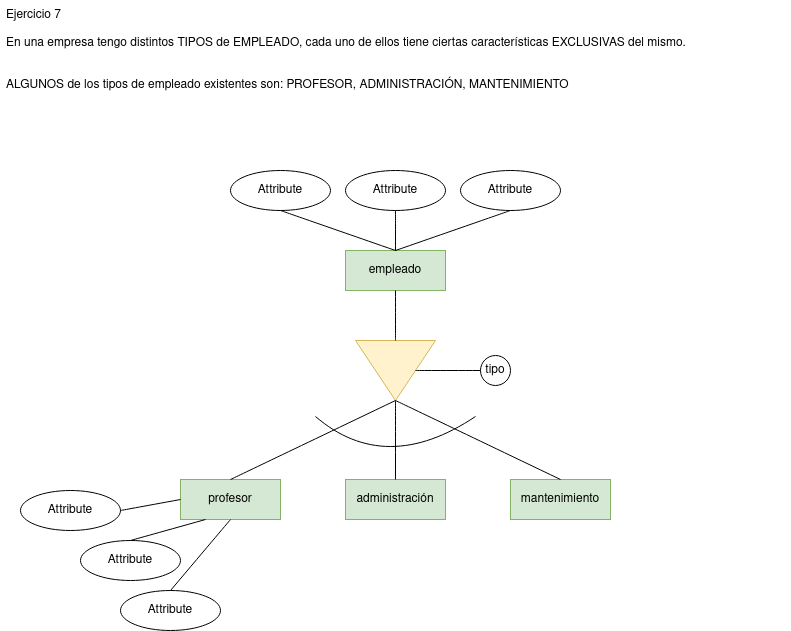
The draw.io diagram ejercicio7.drawio.png in javigh193/bae, before a commit. Source tidied: cells renumbered, new cells last; positions are measured from the earlier drawing's top-left corner, leaving out a move shared by most shapes. The source it was exported from:
```xml
<mxGraphModel>
  <root>
    <mxCell id="0" />
    <mxCell id="1" parent="0" />
    <mxCell id="2" value="Ejercicio 7&#10;&#10;En una empresa tengo distintos TIPOS de EMPLEADO, cada uno de ellos tiene ciertas características EXCLUSIVAS del mismo. &#10;&#10;&#10;ALGUNOS de los tipos de empleado existentes son: PROFESOR, ADMINISTRACIÓN, MANTENIMIENTO&#10;&#10; &#10;" style="text;strokeColor=none;fillColor=none;spacingLeft=4;spacingRight=4;overflow=hidden;fontSize=12;" parent="1" vertex="1">
      <mxGeometry width="790" height="90" as="geometry" />
    </mxCell>
    <mxCell id="3" value="empleado" style="whiteSpace=wrap;html=1;align=center;fillColor=#d5e8d4;strokeColor=#82b366;" parent="1" vertex="1">
      <mxGeometry x="345" y="250" width="100" height="40" as="geometry" />
    </mxCell>
    <mxCell id="4" value="profesor" style="whiteSpace=wrap;html=1;align=center;fillColor=#d5e8d4;strokeColor=#82b366;" parent="1" vertex="1">
      <mxGeometry x="180" y="479" width="100" height="40" as="geometry" />
    </mxCell>
    <mxCell id="5" value="administración" style="whiteSpace=wrap;html=1;align=center;fillColor=#d5e8d4;strokeColor=#82b366;" parent="1" vertex="1">
      <mxGeometry x="345" y="479" width="100" height="40" as="geometry" />
    </mxCell>
    <mxCell id="6" value="mantenimiento" style="whiteSpace=wrap;html=1;align=center;fillColor=#d5e8d4;strokeColor=#82b366;" parent="1" vertex="1">
      <mxGeometry x="510" y="479" width="100" height="40" as="geometry" />
    </mxCell>
    <mxCell id="7" style="triangle;whiteSpace=wrap;html=1;direction=south;fillColor=#fff2cc;strokeColor=#d6b656;" parent="1" vertex="1">
      <mxGeometry x="355" y="340" width="80" height="60" as="geometry" />
    </mxCell>
    <mxCell id="8" style="endArrow=none;html=1;rounded=0;curved=1;entryX=0.5;entryY=1;entryDx=0;entryDy=0;exitX=0;exitY=0.5;exitDx=0;exitDy=0;" parent="1" edge="1" source="7" target="3">
      <mxGeometry relative="1" as="geometry" />
    </mxCell>
    <mxCell id="9" style="endArrow=none;html=1;rounded=0;curved=1;exitX=1;exitY=0.5;exitDx=0;exitDy=0;entryX=0.5;entryY=0;entryDx=0;entryDy=0;" parent="1" edge="1" source="7" target="6">
      <mxGeometry relative="1" as="geometry" />
    </mxCell>
    <mxCell id="10" style="endArrow=none;html=1;rounded=0;curved=1;exitX=0.5;exitY=0;exitDx=0;exitDy=0;entryX=1;entryY=0.5;entryDx=0;entryDy=0;" parent="1" edge="1" source="4" target="7">
      <mxGeometry relative="1" as="geometry" />
    </mxCell>
    <mxCell id="11" style="endArrow=none;html=1;rounded=0;curved=1;entryX=0.5;entryY=0;entryDx=0;entryDy=0;" parent="1" edge="1" target="5">
      <mxGeometry relative="1" as="geometry">
        <mxPoint x="395" y="400" as="sourcePoint" />
      </mxGeometry>
    </mxCell>
    <mxCell id="12" value="tipo" style="ellipse;whiteSpace=wrap;html=1;" parent="1" vertex="1">
      <mxGeometry x="480" y="355" width="30" height="30" as="geometry" />
    </mxCell>
    <mxCell id="13" style="endArrow=none;html=1;rounded=0;curved=1;exitX=0.5;exitY=0;exitDx=0;exitDy=0;entryX=0;entryY=0.5;entryDx=0;entryDy=0;" parent="1" edge="1" source="7" target="12">
      <mxGeometry relative="1" as="geometry" />
    </mxCell>
    <mxCell id="14" style="endArrow=none;html=1;rounded=0;curved=1;" parent="1" edge="1">
      <mxGeometry relative="1" as="geometry">
        <mxPoint x="315" y="416" as="sourcePoint" />
        <mxPoint x="475" y="416" as="targetPoint" />
        <Array as="points">
          <mxPoint x="385" y="476" />
        </Array>
      </mxGeometry>
    </mxCell>
    <mxCell id="15" value="Attribute" style="ellipse;whiteSpace=wrap;html=1;align=center;" parent="1" vertex="1">
      <mxGeometry x="230" y="170" width="100" height="40" as="geometry" />
    </mxCell>
    <mxCell id="16" value="Attribute" style="ellipse;whiteSpace=wrap;html=1;align=center;" parent="1" vertex="1">
      <mxGeometry x="460" y="170" width="100" height="40" as="geometry" />
    </mxCell>
    <mxCell id="17" value="Attribute" style="ellipse;whiteSpace=wrap;html=1;align=center;" parent="1" vertex="1">
      <mxGeometry x="345" y="170" width="100" height="40" as="geometry" />
    </mxCell>
    <mxCell id="18" value="Attribute" style="ellipse;whiteSpace=wrap;html=1;align=center;" parent="1" vertex="1">
      <mxGeometry x="80" y="540" width="100" height="40" as="geometry" />
    </mxCell>
    <mxCell id="19" value="Attribute" style="ellipse;whiteSpace=wrap;html=1;align=center;" parent="1" vertex="1">
      <mxGeometry x="120" y="590" width="100" height="40" as="geometry" />
    </mxCell>
    <mxCell id="20" value="Attribute" style="ellipse;whiteSpace=wrap;html=1;align=center;" parent="1" vertex="1">
      <mxGeometry x="20" y="490" width="100" height="40" as="geometry" />
    </mxCell>
    <mxCell id="21" style="endArrow=none;html=1;rounded=0;curved=1;exitX=0.5;exitY=1;exitDx=0;exitDy=0;entryX=0.5;entryY=0;entryDx=0;entryDy=0;" parent="1" edge="1" source="17" target="3">
      <mxGeometry relative="1" as="geometry" />
    </mxCell>
    <mxCell id="22" style="endArrow=none;html=1;rounded=0;curved=1;exitX=0.5;exitY=1;exitDx=0;exitDy=0;entryX=0.5;entryY=0;entryDx=0;entryDy=0;" parent="1" edge="1" source="16" target="3">
      <mxGeometry relative="1" as="geometry" />
    </mxCell>
    <mxCell id="23" style="endArrow=none;html=1;rounded=0;curved=1;entryX=0.5;entryY=0;entryDx=0;entryDy=0;exitX=0.5;exitY=1;exitDx=0;exitDy=0;" parent="1" edge="1" source="15" target="3">
      <mxGeometry relative="1" as="geometry" />
    </mxCell>
    <mxCell id="24" style="endArrow=none;html=1;rounded=0;curved=1;entryX=0;entryY=0.5;entryDx=0;entryDy=0;exitX=1;exitY=0.5;exitDx=0;exitDy=0;" parent="1" edge="1" source="20" target="4">
      <mxGeometry relative="1" as="geometry" />
    </mxCell>
    <mxCell id="25" style="endArrow=none;html=1;rounded=0;curved=1;entryX=0.25;entryY=1;entryDx=0;entryDy=0;exitX=0.5;exitY=0;exitDx=0;exitDy=0;" parent="1" edge="1" source="18" target="4">
      <mxGeometry relative="1" as="geometry" />
    </mxCell>
    <mxCell id="26" style="endArrow=none;html=1;rounded=0;curved=1;exitX=0.5;exitY=1;exitDx=0;exitDy=0;entryX=0.5;entryY=0;entryDx=0;entryDy=0;" parent="1" edge="1" source="4" target="19">
      <mxGeometry relative="1" as="geometry" />
    </mxCell>
  </root>
</mxGraphModel>
```
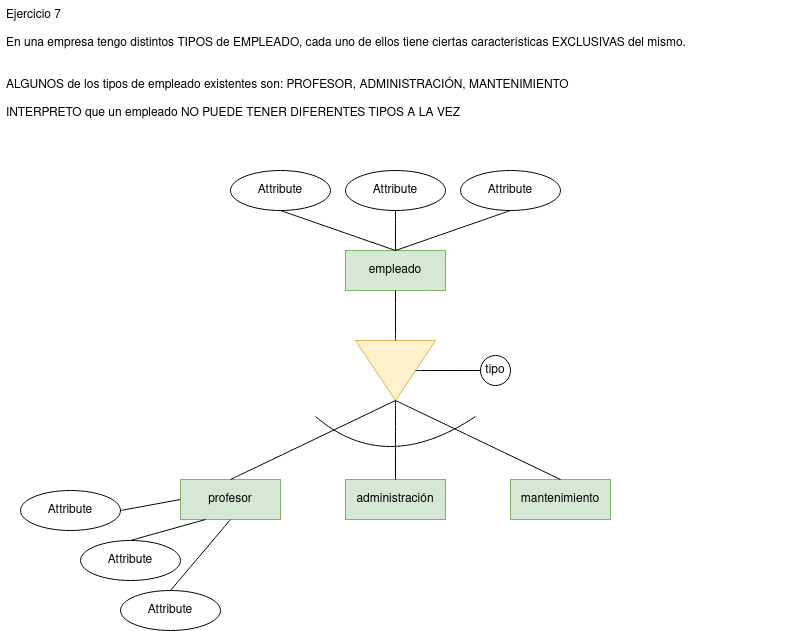
The same file after the commit.

Change to the diagram source:
```diff
@@ -2,8 +2,8 @@
   <root>
     <mxCell id="0" />
     <mxCell id="1" parent="0" />
-    <mxCell id="2" value="Ejercicio 7&#10;&#10;En una empresa tengo distintos TIPOS de EMPLEADO, cada uno de ellos tiene ciertas características EXCLUSIVAS del mismo. &#10;&#10;&#10;ALGUNOS de los tipos de empleado existentes son: PROFESOR, ADMINISTRACIÓN, MANTENIMIENTO&#10;&#10; &#10;" style="text;strokeColor=none;fillColor=none;spacingLeft=4;spacingRight=4;overflow=hidden;fontSize=12;" parent="1" vertex="1">
-      <mxGeometry width="790" height="90" as="geometry" />
+    <mxCell id="2" value="Ejercicio 7&#10;&#10;En una empresa tengo distintos TIPOS de EMPLEADO, cada uno de ellos tiene ciertas características EXCLUSIVAS del mismo. &#10;&#10;&#10;ALGUNOS de los tipos de empleado existentes son: PROFESOR, ADMINISTRACIÓN, MANTENIMIENTO&#10;&#10;INTERPRETO que un empleado NO PUEDE TENER DIFERENTES TIPOS A LA VEZ&#10;&#10; &#10;" style="text;strokeColor=none;fillColor=none;spacingLeft=4;spacingRight=4;overflow=hidden;fontSize=12;" parent="1" vertex="1">
+      <mxGeometry width="790" height="140" as="geometry" />
     </mxCell>
     <mxCell id="3" value="empleado" style="whiteSpace=wrap;html=1;align=center;fillColor=#d5e8d4;strokeColor=#82b366;" parent="1" vertex="1">
       <mxGeometry x="345" y="250" width="100" height="40" as="geometry" />
```
